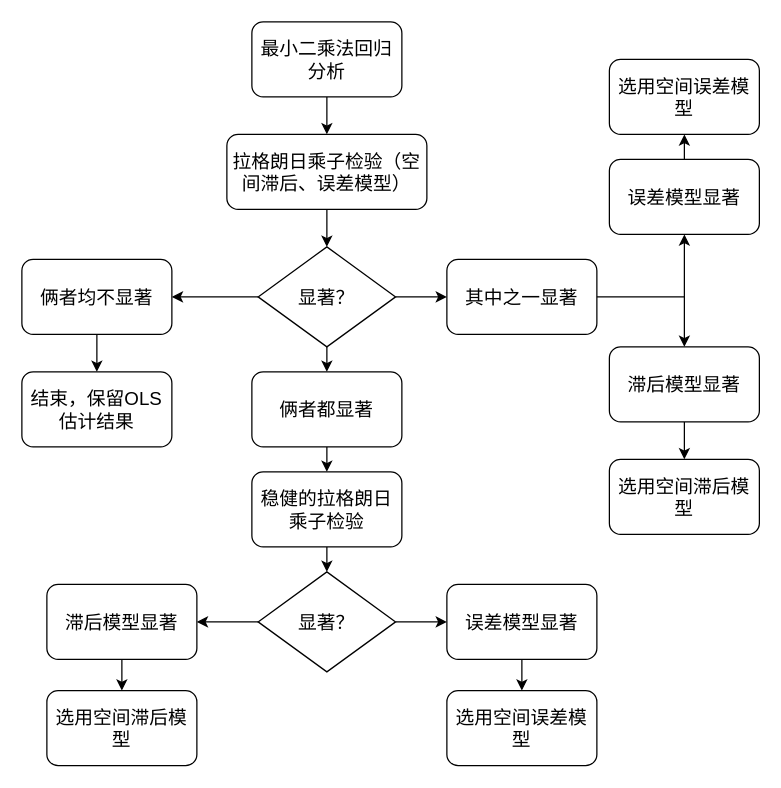
Earlier version of the draw.io diagram page "Page-2" (2 of 2) of Untitled Diagram.drawio (lovelyxin1998/tokens). Source tidied: cells renumbered, new cells numbered last; positions are measured from the earlier drawing's top-left corner, leaving out a move shared by most shapes. Both pictures are drawn from the tidied source at 125%, with x=0, y=0 at pixel (21, 21).
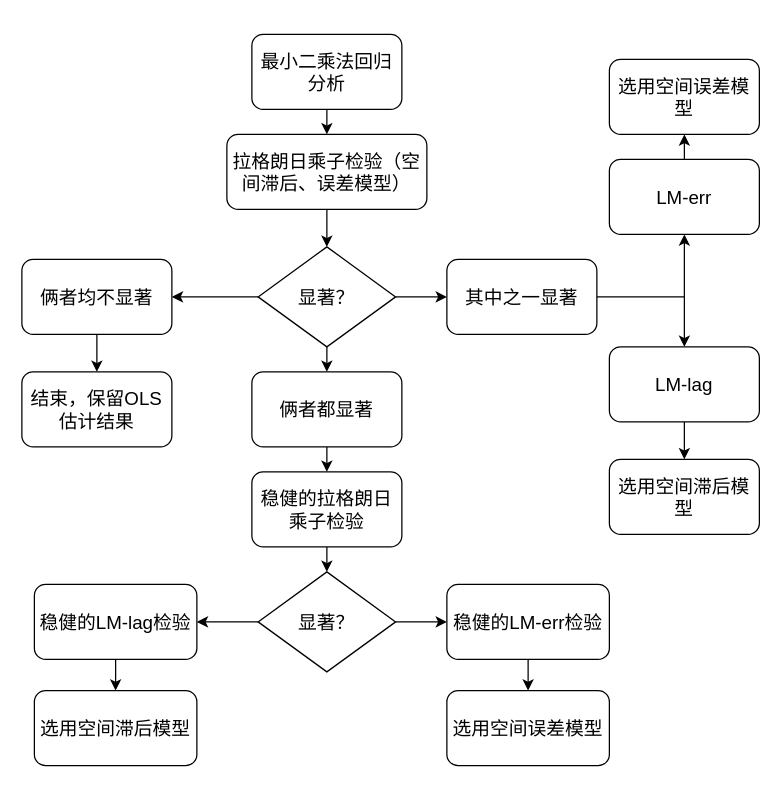
After the change.

Change to the diagram source:
```diff
@@
     <mxCell id="3" value="最小二乘法回归分析" style="rounded=1;whiteSpace=wrap;html=1;fontSize=15;" parent="1" vertex="1">
-      <mxGeometry x="184" width="120" height="60" as="geometry" />
+      <mxGeometry x="184" y="10" width="120" height="60" as="geometry" />
     </mxCell>
@@
-    <mxCell id="9" value="滞后模型显著" style="rounded=1;whiteSpace=wrap;html=1;fontSize=15;" parent="1" vertex="1">
+    <mxCell id="9" value="LM-lag" style="rounded=1;whiteSpace=wrap;html=1;fontSize=15;" parent="1" vertex="1">
       <mxGeometry x="470" y="260" width="120" height="60" as="geometry" />
     </mxCell>
-    <mxCell id="10" value="误差模型显著" style="rounded=1;whiteSpace=wrap;html=1;fontSize=15;" parent="1" vertex="1">
+    <mxCell id="10" value="LM-err" style="rounded=1;whiteSpace=wrap;html=1;fontSize=15;" parent="1" vertex="1">
       <mxGeometry x="470" y="110" width="120" height="60" as="geometry" />
     </mxCell>
@@
-    <mxCell id="15" value="滞后模型显著" style="rounded=1;whiteSpace=wrap;html=1;fontSize=15;" parent="1" vertex="1">
-      <mxGeometry x="20" y="450" width="120" height="60" as="geometry" />
+    <mxCell id="15" value="稳健的LM-lag检验" style="rounded=1;whiteSpace=wrap;html=1;fontSize=15;" parent="1" vertex="1">
+      <mxGeometry x="10" y="450" width="130" height="60" as="geometry" />
     </mxCell>
-    <mxCell id="16" value="误差模型显著" style="rounded=1;whiteSpace=wrap;html=1;fontSize=15;" parent="1" vertex="1">
-      <mxGeometry x="340" y="450" width="120" height="60" as="geometry" />
+    <mxCell id="16" value="稳健的LM-err检验" style="rounded=1;whiteSpace=wrap;html=1;fontSize=15;" parent="1" vertex="1">
+      <mxGeometry x="340" y="450" width="130" height="60" as="geometry" />
     </mxCell>
     <mxCell id="17" value="选用空间滞后模型" style="rounded=1;whiteSpace=wrap;html=1;fontSize=15;" parent="1" vertex="1">
-      <mxGeometry x="20" y="535" width="120" height="60" as="geometry" />
+      <mxGeometry x="10" y="535" width="130" height="60" as="geometry" />
     </mxCell>
     <mxCell id="18" value="选用空间误差模型" style="rounded=1;whiteSpace=wrap;html=1;fontSize=15;" parent="1" vertex="1">
-      <mxGeometry x="340" y="535" width="120" height="60" as="geometry" />
+      <mxGeometry x="340" y="535" width="130" height="60" as="geometry" />
     </mxCell>
```
